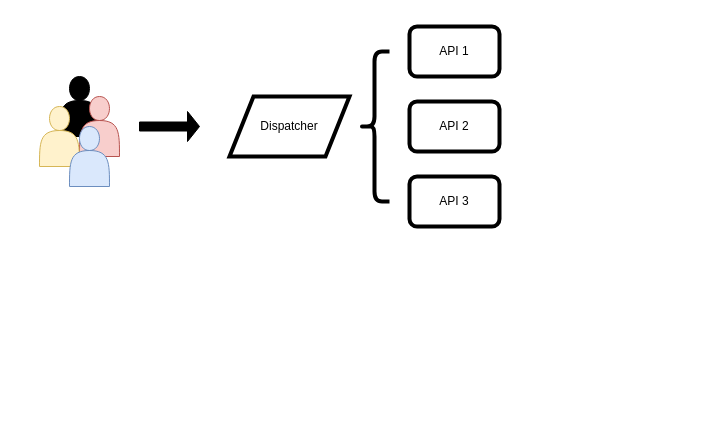
udothemath/my_drawio keeps this draw.io diagram as my_abtest_workflow.drawio. Above is the earlier version. Source tidied: cells renumbered, new cells numbered last; positions are measured from the earlier drawing's top-left corner, leaving out a move shared by most shapes. Both pictures are drawn from the tidied source at 100%, with x=0, y=0 at pixel (39, 26).
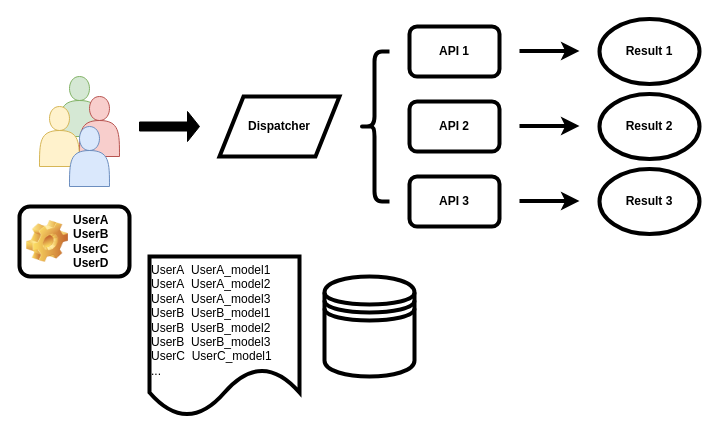
After the change.

Change to the diagram source:
```diff
@@
-    <mxCell id="2" style="shape=actor;whiteSpace=wrap;html=1;fillColor=#000000;" parent="1" vertex="1">
+    <mxCell id="2" style="shape=actor;whiteSpace=wrap;html=1;fillColor=#d5e8d4;strokeColor=#82b366;" parent="1" vertex="1">
       <mxGeometry x="20" y="50" width="40" height="60" as="geometry" />
     </mxCell>
@@
-    <mxCell id="6" value="Dispatcher" style="shape=parallelogram;perimeter=parallelogramPerimeter;whiteSpace=wrap;html=1;fillColor=#FFFFFF;strokeWidth=4;" parent="1" vertex="1">
-      <mxGeometry x="190" y="70" width="120" height="60" as="geometry" />
+    <mxCell id="6" value="&lt;b&gt;Dispatcher&lt;/b&gt;" style="shape=parallelogram;perimeter=parallelogramPerimeter;whiteSpace=wrap;html=1;fillColor=#FFFFFF;strokeWidth=4;" parent="1" vertex="1">
+      <mxGeometry x="180" y="70" width="120" height="60" as="geometry" />
     </mxCell>
@@
-    <mxCell id="9" value="API 1" style="rounded=1;whiteSpace=wrap;html=1;strokeWidth=4;fillColor=#FFFFFF;" parent="1" vertex="1">
+    <mxCell id="9" value="&lt;b&gt;API 1&lt;/b&gt;" style="rounded=1;whiteSpace=wrap;html=1;strokeWidth=4;fillColor=#FFFFFF;" parent="1" vertex="1">
       <mxGeometry x="370" width="90" height="50" as="geometry" />
     </mxCell>
-    <mxCell id="10" value="API 2" style="rounded=1;whiteSpace=wrap;html=1;strokeWidth=4;fillColor=#FFFFFF;" parent="1" vertex="1">
+    <mxCell id="10" value="&lt;b&gt;API 2&lt;/b&gt;" style="rounded=1;whiteSpace=wrap;html=1;strokeWidth=4;fillColor=#FFFFFF;" parent="1" vertex="1">
       <mxGeometry x="370" y="75" width="90" height="50" as="geometry" />
     </mxCell>
-    <mxCell id="11" value="API 3" style="rounded=1;whiteSpace=wrap;html=1;strokeWidth=4;fillColor=#FFFFFF;" parent="1" vertex="1">
+    <mxCell id="11" value="&lt;b&gt;API 3&lt;/b&gt;" style="rounded=1;whiteSpace=wrap;html=1;strokeWidth=4;fillColor=#FFFFFF;" parent="1" vertex="1">
       <mxGeometry x="370" y="150" width="90" height="50" as="geometry" />
     </mxCell>
+    <mxCell id="12" style="endArrow=classic;html=1;rounded=0;strokeWidth=4;" parent="1" edge="1">
+      <mxGeometry relative="1" as="geometry">
+        <mxPoint x="480" y="24.5" as="sourcePoint" />
+        <mxPoint x="540" y="24.5" as="targetPoint" />
+      </mxGeometry>
+    </mxCell>
+    <mxCell id="13" value="UserA&lt;br&gt;UserB&lt;br&gt;UserC&lt;br&gt;UserD" style="label;whiteSpace=wrap;html=1;image=img/clipart/Gear_128x128.png;strokeWidth=4;fillColor=#FFFFFF;" parent="1" vertex="1">
+      <mxGeometry x="-20" y="180" width="110" height="70" as="geometry" />
+    </mxCell>
+    <mxCell id="14" value="&lt;b&gt;Result 1&lt;/b&gt;" style="ellipse;whiteSpace=wrap;html=1;strokeWidth=4;fillColor=#FFFFFF;" parent="1" vertex="1">
+      <mxGeometry x="560" y="-7.5" width="100" height="65" as="geometry" />
+    </mxCell>
+    <mxCell id="15" style="endArrow=classic;html=1;rounded=0;strokeWidth=4;" parent="1" edge="1">
+      <mxGeometry relative="1" as="geometry">
+        <mxPoint x="480" y="99.5" as="sourcePoint" />
+        <mxPoint x="540" y="99.5" as="targetPoint" />
+      </mxGeometry>
+    </mxCell>
+    <mxCell id="16" value="&lt;b&gt;Result 2&lt;/b&gt;" style="ellipse;whiteSpace=wrap;html=1;strokeWidth=4;fillColor=#FFFFFF;" parent="1" vertex="1">
+      <mxGeometry x="560" y="67.5" width="100" height="65" as="geometry" />
+    </mxCell>
+    <mxCell id="17" style="endArrow=classic;html=1;rounded=0;strokeWidth=4;" parent="1" edge="1">
+      <mxGeometry relative="1" as="geometry">
+        <mxPoint x="480" y="174.5" as="sourcePoint" />
+        <mxPoint x="540" y="174.5" as="targetPoint" />
+      </mxGeometry>
+    </mxCell>
+    <mxCell id="18" value="&lt;b&gt;Result 3&lt;/b&gt;" style="ellipse;whiteSpace=wrap;html=1;strokeWidth=4;fillColor=#FFFFFF;" parent="1" vertex="1">
+      <mxGeometry x="560" y="142.5" width="100" height="65" as="geometry" />
+    </mxCell>
+    <mxCell id="19" style="shape=datastore;whiteSpace=wrap;html=1;strokeWidth=4;fillColor=#FFFFFF;" parent="1" vertex="1">
+      <mxGeometry x="285" y="250" width="90" height="100" as="geometry" />
+    </mxCell>
+    <mxCell id="20" value="&lt;span&gt;UserA&amp;nbsp; UserA_model1&amp;nbsp;&lt;br&gt;UserA&amp;nbsp; UserA_model2&lt;br&gt;UserA&amp;nbsp; UserA_model3&lt;br&gt;UserB&amp;nbsp; UserB_model1&lt;br&gt;UserB&amp;nbsp; UserB_model2&lt;br&gt;UserB&amp;nbsp; UserB_model3&lt;br&gt;&lt;/span&gt;UserC&amp;nbsp; UserC_model1&lt;br&gt;&lt;span&gt;...&lt;br&gt;&lt;/span&gt;" style="shape=document;whiteSpace=wrap;html=1;boundedLbl=1;strokeWidth=4;fillColor=#FFFFFF;align=left;horizontal=1;verticalAlign=top;labelPosition=center;verticalLabelPosition=middle;" parent="1" vertex="1">
+      <mxGeometry x="110" y="230" width="150" height="160" as="geometry" />
+    </mxCell>
```
